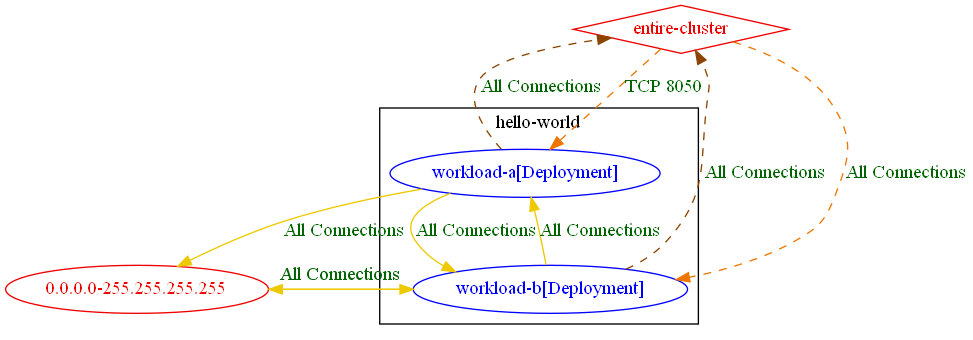
The Graphviz diagram test_outputs/connlist/exposure_test_matched_and_unmatched_rules_connlist_output.dot.png in np-guard/netpol-analyzer, before a commit. Its source is kept beside it as test_outputs/connlist/exposure_test_matched_and_unmatched_rules_connlist_output.dot.
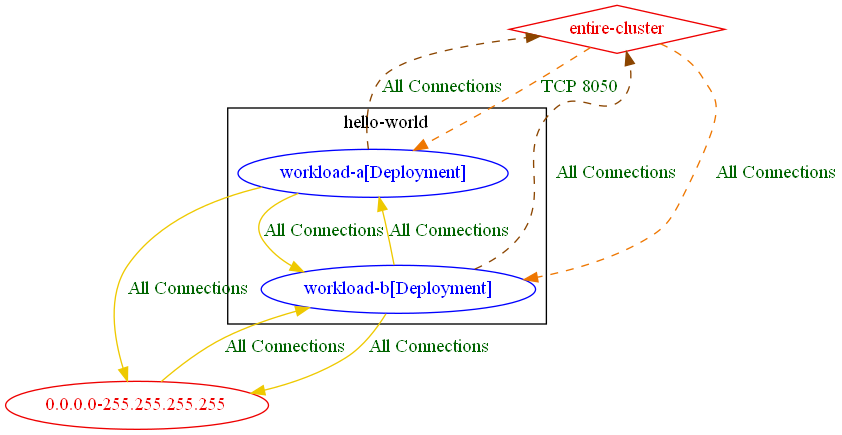
After the commit.

The edit, as a diff of the source:
```diff
@@ -8,13 +8,13 @@
 	}
 	"0.0.0.0-255.255.255.255" [label="0.0.0.0-255.255.255.255" color="red2" fontcolor="red2"]
 	"entire-cluster" [label="entire-cluster" color="red2" fontcolor="red2" shape=diamond]
-	"0.0.0.0-255.255.255.255" -> "hello-world/workload-b[Deployment]" [label="All Connections" color="gold2" fontcolor="darkgreen"]
+	"0.0.0.0-255.255.255.255" -> "hello-world/workload-b[Deployment]" [label="All Connections" color="gold2" fontcolor="darkgreen" weight=0.5]
 	"entire-cluster" -> "hello-world/workload-a[Deployment]" [label="TCP 8050" color="darkorange2" fontcolor="darkgreen" weight=1 style=dashed]
 	"entire-cluster" -> "hello-world/workload-b[Deployment]" [label="All Connections" color="darkorange2" fontcolor="darkgreen" weight=1 style=dashed]
-	"hello-world/workload-a[Deployment]" -> "0.0.0.0-255.255.255.255" [label="All Connections" color="gold2" fontcolor="darkgreen"]
+	"hello-world/workload-a[Deployment]" -> "0.0.0.0-255.255.255.255" [label="All Connections" color="gold2" fontcolor="darkgreen" weight=1]
 	"hello-world/workload-a[Deployment]" -> "entire-cluster" [label="All Connections" color="darkorange4" fontcolor="darkgreen" weight=0.5 style=dashed]
-	"hello-world/workload-a[Deployment]" -> "hello-world/workload-b[Deployment]" [label="All Connections" color="gold2" fontcolor="darkgreen"]
-	"hello-world/workload-b[Deployment]" -> "0.0.0.0-255.255.255.255" [label="All Connections" color="gold2" fontcolor="darkgreen"]
+	"hello-world/workload-a[Deployment]" -> "hello-world/workload-b[Deployment]" [label="All Connections" color="gold2" fontcolor="darkgreen" weight=0.5]
+	"hello-world/workload-b[Deployment]" -> "0.0.0.0-255.255.255.255" [label="All Connections" color="gold2" fontcolor="darkgreen" weight=1]
 	"hello-world/workload-b[Deployment]" -> "entire-cluster" [label="All Connections" color="darkorange4" fontcolor="darkgreen" weight=0.5 style=dashed]
-	"hello-world/workload-b[Deployment]" -> "hello-world/workload-a[Deployment]" [label="All Connections" color="gold2" fontcolor="darkgreen"]
+	"hello-world/workload-b[Deployment]" -> "hello-world/workload-a[Deployment]" [label="All Connections" color="gold2" fontcolor="darkgreen" weight=1]
 }
```
